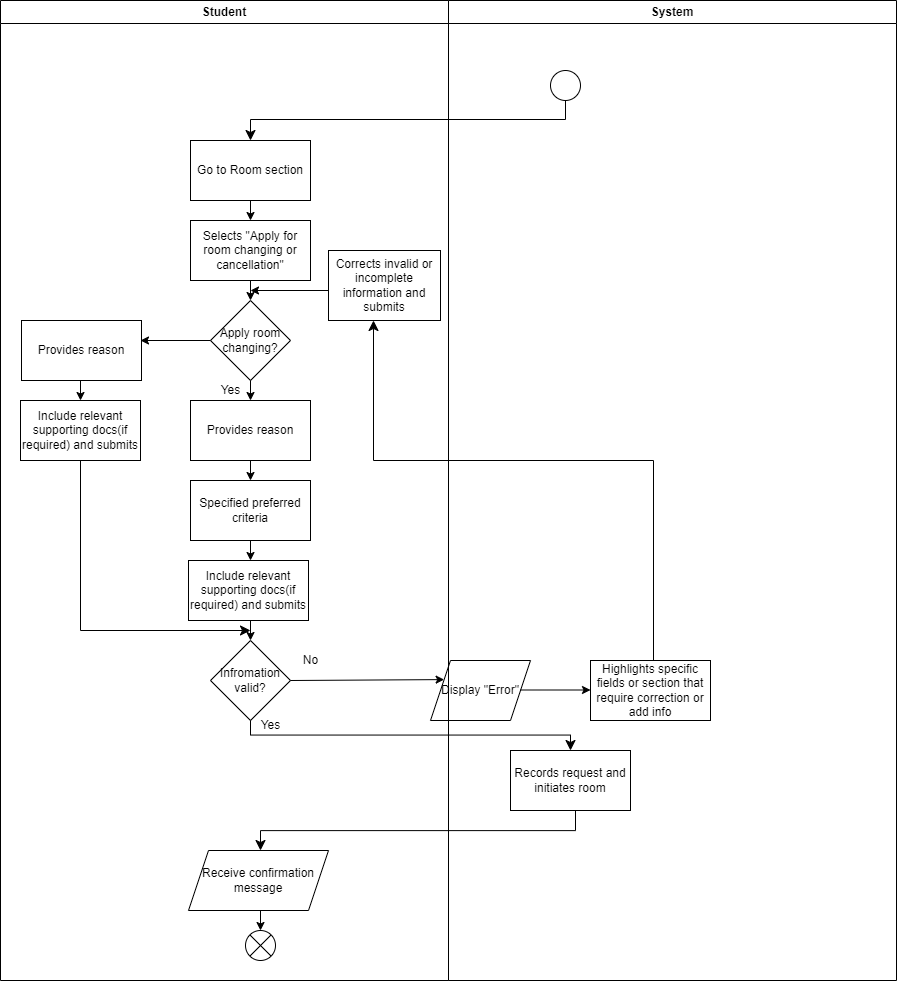
This is project/drawio/stakeholder/activity diagram/uc11.png from drshahizan/software-engineering, a draw.io export, as it was before one commit. Source tidied: cells renumbered, new cells last; positions are measured from the earlier drawing's top-left corner, leaving out a move shared by most shapes.
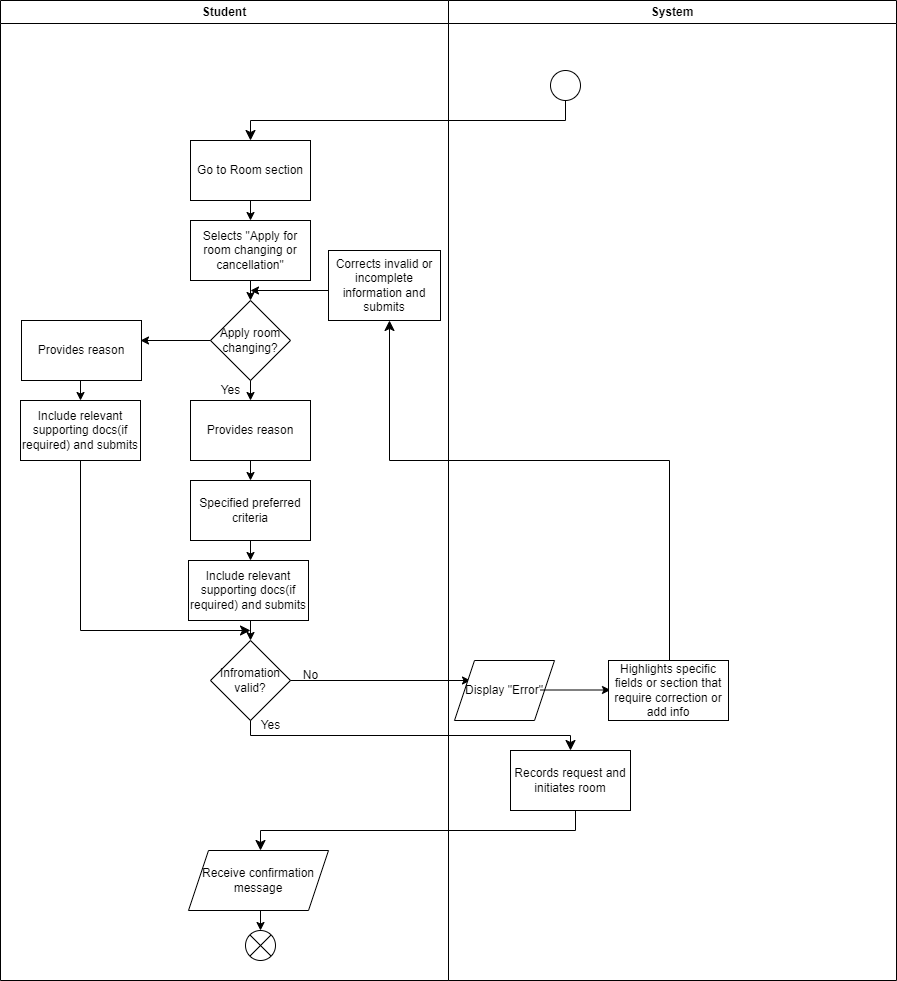
The same diagram one commit later.

Change to the diagram source:
```diff
@@ -118,31 +118,30 @@
         <mxPoint x="140" y="340" as="targetPoint" />
       </mxGeometry>
     </mxCell>
-    <mxCell id="28" style="endArrow=classic;html=1;entryX=0;entryY=0.25;entryDx=0;entryDy=0;" parent="1" edge="1" target="30">
+    <mxCell id="28" style="endArrow=classic;html=1;" parent="1" edge="1">
       <mxGeometry relative="1" as="geometry">
         <mxPoint x="290" y="680" as="sourcePoint" />
+        <mxPoint x="470" y="680" as="targetPoint" />
       </mxGeometry>
     </mxCell>
-    <mxCell id="29" value="No" style="text;html=1;align=center;verticalAlign=middle;strokeColor=none;fillColor=none;" parent="1" vertex="1">
-      <mxGeometry x="290" y="645" width="40" height="30" as="geometry" />
-    </mxCell>
     <mxCell id="30" value="Display &quot;Error&quot;" style="shape=parallelogram;perimeter=parallelogramPerimeter;whiteSpace=wrap;html=1;fixedSize=1;" parent="1" vertex="1">
-      <mxGeometry x="430" y="660" width="100" height="60" as="geometry" />
+      <mxGeometry x="454" y="660" width="100" height="60" as="geometry" />
     </mxCell>
     <mxCell id="31" style="endArrow=classic;html=1;" parent="1" edge="1">
       <mxGeometry relative="1" as="geometry">
-        <mxPoint x="520" y="689.5" as="sourcePoint" />
-        <mxPoint x="590" y="689.5" as="targetPoint" />
+        <mxPoint x="540" y="689.5" as="sourcePoint" />
+        <mxPoint x="610" y="689.5" as="targetPoint" />
       </mxGeometry>
     </mxCell>
     <mxCell id="32" value="Highlights specific fields or section that require correction or add info" style="rounded=0;whiteSpace=wrap;html=1;" parent="1" vertex="1">
-      <mxGeometry x="590" y="660" width="120" height="60" as="geometry" />
+      <mxGeometry x="608" y="660" width="120" height="60" as="geometry" />
     </mxCell>
-    <mxCell id="33" style="edgeStyle=elbowEdgeStyle;elbow=vertical;endArrow=classic;html=1;curved=0;rounded=0;endSize=8;startSize=8;" parent="1" edge="1" target="38">
+    <mxCell id="33" style="edgeStyle=elbowEdgeStyle;elbow=vertical;endArrow=classic;html=1;curved=0;rounded=0;endSize=8;startSize=8;" parent="1" edge="1">
       <mxGeometry relative="1" as="geometry">
-        <mxPoint x="653" y="660" as="sourcePoint" />
+        <mxPoint x="669" y="660" as="sourcePoint" />
+        <mxPoint x="389" y="320" as="targetPoint" />
         <Array as="points">
-          <mxPoint x="373" y="460" />
+          <mxPoint x="389" y="460" />
         </Array>
       </mxGeometry>
     </mxCell>
@@ -167,6 +166,9 @@
     <mxCell id="38" value="Corrects invalid or incomplete information and submits" style="rounded=0;whiteSpace=wrap;html=1;" parent="35" vertex="1">
       <mxGeometry x="328" y="250" width="112" height="70" as="geometry" />
     </mxCell>
+    <mxCell id="29" value="No" style="text;html=1;align=center;verticalAlign=middle;strokeColor=none;fillColor=none;" parent="35" vertex="1">
+      <mxGeometry x="290" y="660" width="40" height="30" as="geometry" />
+    </mxCell>
     <mxCell id="39" value="System" style="swimlane;whiteSpace=wrap;html=1;" parent="1" vertex="1">
       <mxGeometry x="448" width="448" height="980" as="geometry" />
     </mxCell>
```
